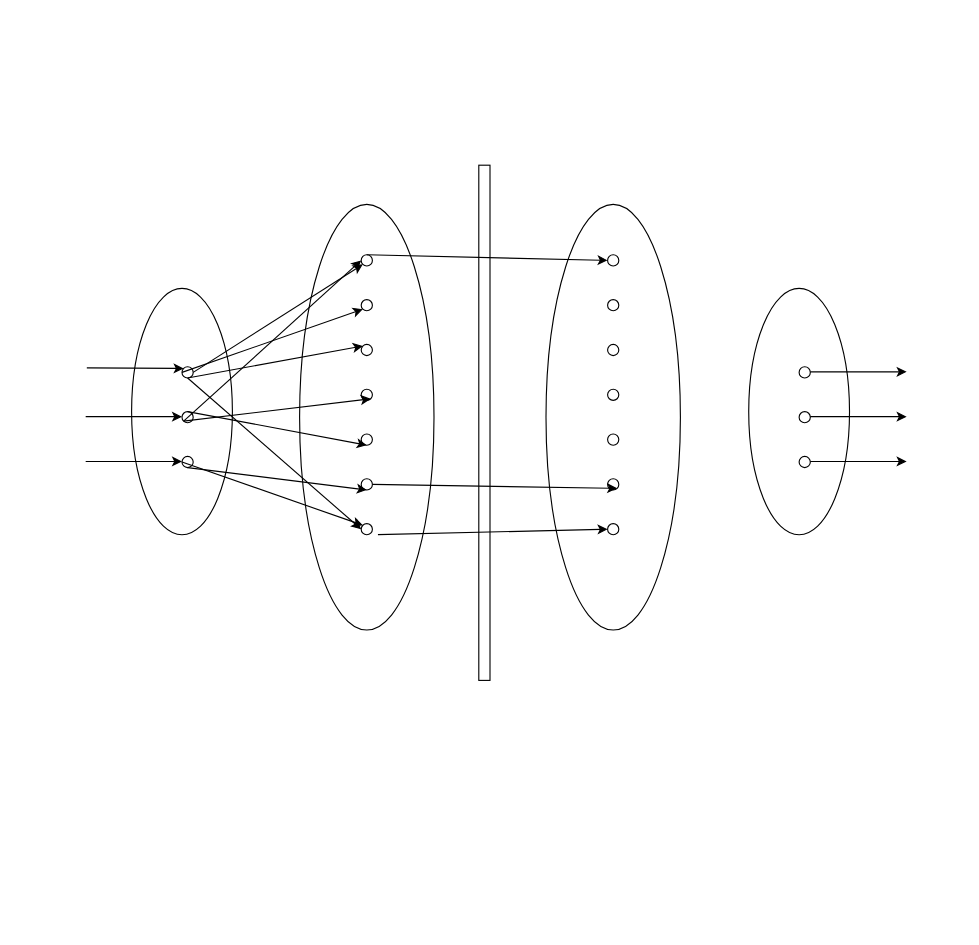
Before: Diagrams/Autoencoder_for_privacy.drawio in JagdeepSSandhu/Autoencoder_for_privacy, a draw.io diagram. Source tidied: cells renumbered, new cells numbered last; positions are measured from the earlier drawing's top-left corner, leaving out a move shared by most shapes. Both pictures are drawn from the tidied source at 112%, with x=0, y=0 at pixel (85, 165).
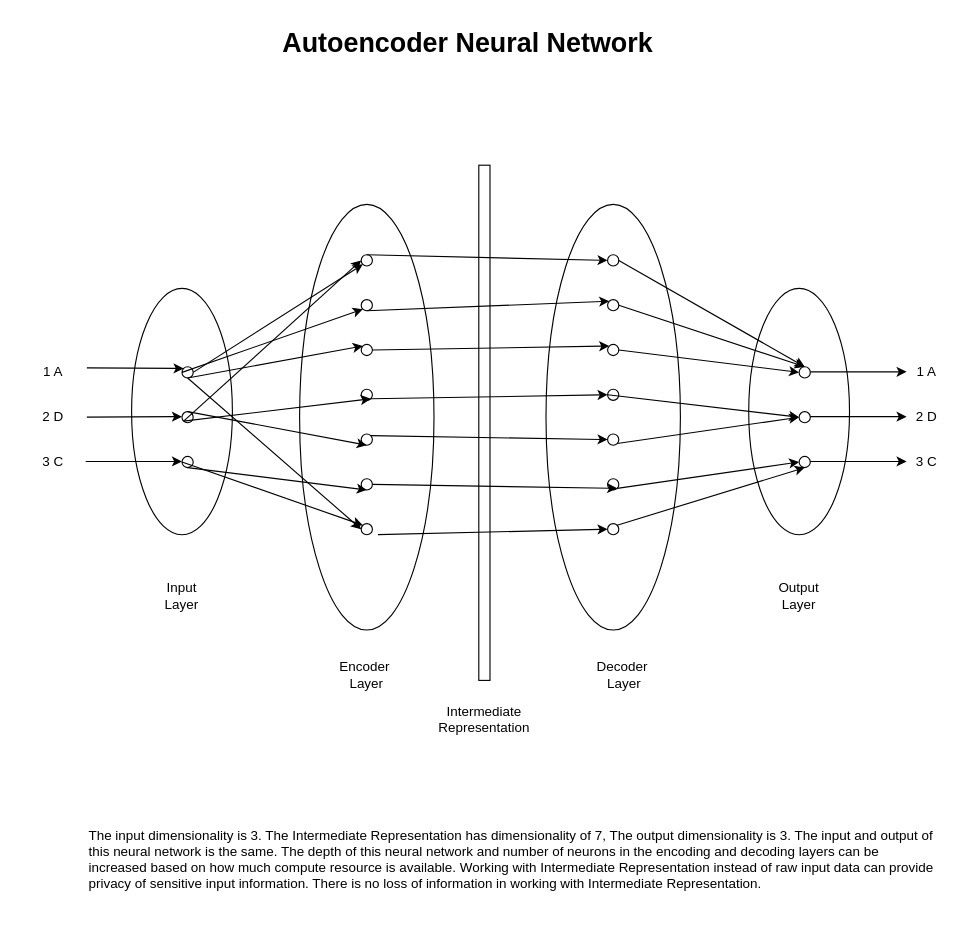
Above is the later version.

Unchanged cells that the change refers to:
```xml
<mxCell id="10" style="ellipse;whiteSpace=wrap;html=1;" parent="1" vertex="1">
  <mxGeometry x="637" y="180" width="10" height="10" as="geometry" />
</mxCell>
<mxCell id="11" style="ellipse;whiteSpace=wrap;html=1;" parent="1" vertex="1">
  <mxGeometry x="637" y="220" width="10" height="10" as="geometry" />
</mxCell>
<mxCell id="12" style="ellipse;whiteSpace=wrap;html=1;" parent="1" vertex="1">
  <mxGeometry x="637" y="260" width="10" height="10" as="geometry" />
</mxCell>
<mxCell id="18" style="ellipse;whiteSpace=wrap;html=1;" parent="1" vertex="1">
  <mxGeometry x="246" y="120" width="10" height="10" as="geometry" />
</mxCell>
<mxCell id="19" style="ellipse;whiteSpace=wrap;html=1;" parent="1" vertex="1">
  <mxGeometry x="246" y="160" width="10" height="10" as="geometry" />
</mxCell>
<mxCell id="20" style="ellipse;whiteSpace=wrap;html=1;" parent="1" vertex="1">
  <mxGeometry x="246" y="240" width="10" height="10" as="geometry" />
</mxCell>
<mxCell id="21" style="ellipse;whiteSpace=wrap;html=1;" parent="1" vertex="1">
  <mxGeometry x="246" y="200" width="10" height="10" as="geometry" />
</mxCell>
<mxCell id="25" style="ellipse;whiteSpace=wrap;html=1;" parent="1" vertex="1">
  <mxGeometry x="466" y="80" width="10" height="10" as="geometry" />
</mxCell>
<mxCell id="26" style="ellipse;whiteSpace=wrap;html=1;" parent="1" vertex="1">
  <mxGeometry x="466" y="120" width="10" height="10" as="geometry" />
</mxCell>
<mxCell id="27" style="ellipse;whiteSpace=wrap;html=1;" parent="1" vertex="1">
  <mxGeometry x="466" y="160" width="10" height="10" as="geometry" />
</mxCell>
<mxCell id="28" style="ellipse;whiteSpace=wrap;html=1;" parent="1" vertex="1">
  <mxGeometry x="466" y="240" width="10" height="10" as="geometry" />
</mxCell>
<mxCell id="29" style="ellipse;whiteSpace=wrap;html=1;" parent="1" vertex="1">
  <mxGeometry x="466" y="200" width="10" height="10" as="geometry" />
</mxCell>
<mxCell id="30" style="ellipse;whiteSpace=wrap;html=1;" parent="1" vertex="1">
  <mxGeometry x="466" y="280" width="10" height="10" as="geometry" />
</mxCell>
<mxCell id="31" style="ellipse;whiteSpace=wrap;html=1;" parent="1" vertex="1">
  <mxGeometry x="466" y="320" width="10" height="10" as="geometry" />
</mxCell>
```

Change to the diagram source:
```diff
@@
     <mxCell id="7" style="endArrow=classic;html=1;rounded=0;entryX=0;entryY=0;entryDx=0;entryDy=0;" parent="1" edge="1">
       <mxGeometry relative="1" as="geometry">
-        <mxPoint y="224.5" as="sourcePoint" />
+        <mxPoint x="1" y="224.9" as="sourcePoint" />
         <mxPoint x="86" y="224.5" as="targetPoint" />
       </mxGeometry>
     </mxCell>
@@
+    <mxCell id="45" style="endArrow=classic;html=1;rounded=0;exitX=1;exitY=0;exitDx=0;exitDy=0;entryX=0;entryY=0.5;entryDx=0;entryDy=0;" parent="1" edge="1" source="20" target="28">
+      <mxGeometry relative="1" as="geometry" />
+    </mxCell>
+    <mxCell id="46" style="endArrow=classic;html=1;rounded=0;exitX=1;exitY=1;exitDx=0;exitDy=0;entryX=0;entryY=0.5;entryDx=0;entryDy=0;" parent="1" edge="1" source="21" target="29">
+      <mxGeometry relative="1" as="geometry" />
+    </mxCell>
+    <mxCell id="47" style="endArrow=classic;html=1;rounded=0;exitX=1;exitY=0.5;exitDx=0;exitDy=0;entryX=0;entryY=0;entryDx=0;entryDy=0;" parent="1" edge="1" source="19" target="27">
+      <mxGeometry relative="1" as="geometry" />
+    </mxCell>
+    <mxCell id="48" style="endArrow=classic;html=1;rounded=0;exitX=0.5;exitY=1;exitDx=0;exitDy=0;entryX=0;entryY=0;entryDx=0;entryDy=0;" parent="1" edge="1" source="18" target="26">
+      <mxGeometry relative="1" as="geometry" />
+    </mxCell>
+    <mxCell id="49" style="endArrow=classic;html=1;rounded=0;exitX=1;exitY=0.5;exitDx=0;exitDy=0;entryX=0.5;entryY=0;entryDx=0;entryDy=0;" parent="1" edge="1" source="25" target="10">
+      <mxGeometry relative="1" as="geometry" />
+    </mxCell>
+    <mxCell id="50" style="endArrow=classic;html=1;rounded=0;exitX=1;exitY=0.5;exitDx=0;exitDy=0;entryX=0.5;entryY=0;entryDx=0;entryDy=0;" parent="1" edge="1" source="26" target="10">
+      <mxGeometry relative="1" as="geometry" />
+    </mxCell>
+    <mxCell id="51" style="endArrow=classic;html=1;rounded=0;exitX=1;exitY=0;exitDx=0;exitDy=0;entryX=0.5;entryY=1;entryDx=0;entryDy=0;" parent="1" edge="1" source="31" target="12">
+      <mxGeometry relative="1" as="geometry" />
+    </mxCell>
+    <mxCell id="52" style="endArrow=classic;html=1;rounded=0;exitX=1;exitY=1;exitDx=0;exitDy=0;entryX=0;entryY=0.5;entryDx=0;entryDy=0;" parent="1" edge="1" source="30" target="12">
+      <mxGeometry relative="1" as="geometry" />
+    </mxCell>
+    <mxCell id="53" value="Input&lt;div&gt;Layer&lt;/div&gt;" style="text;html=1;align=center;verticalAlign=middle;whiteSpace=wrap;rounded=0;" parent="1" vertex="1">
+      <mxGeometry x="56" y="370" width="60" height="30" as="geometry" />
+    </mxCell>
+    <mxCell id="54" value="Output&lt;br&gt;&lt;div&gt;Layer&lt;/div&gt;" style="text;html=1;align=center;verticalAlign=middle;whiteSpace=wrap;rounded=0;" parent="1" vertex="1">
+      <mxGeometry x="607" y="370" width="60" height="30" as="geometry" />
+    </mxCell>
+    <mxCell id="55" style="endArrow=classic;html=1;rounded=0;exitX=1;exitY=1;exitDx=0;exitDy=0;entryX=0;entryY=0.5;entryDx=0;entryDy=0;" parent="1" edge="1" source="28" target="11">
+      <mxGeometry relative="1" as="geometry" />
+    </mxCell>
+    <mxCell id="56" style="endArrow=classic;html=1;rounded=0;exitX=0;exitY=0.5;exitDx=0;exitDy=0;entryX=0;entryY=0.5;entryDx=0;entryDy=0;" parent="1" edge="1" source="29" target="11">
+      <mxGeometry relative="1" as="geometry" />
+    </mxCell>
+    <mxCell id="57" style="endArrow=classic;html=1;rounded=0;exitX=1;exitY=0.5;exitDx=0;exitDy=0;entryX=0;entryY=0.5;entryDx=0;entryDy=0;" parent="1" edge="1" source="27" target="10">
+      <mxGeometry relative="1" as="geometry" />
+    </mxCell>
+    <mxCell id="58" value="1 A" style="text;html=1;align=center;verticalAlign=middle;whiteSpace=wrap;rounded=0;" parent="1" vertex="1">
+      <mxGeometry x="-59" y="170" width="60" height="30" as="geometry" />
+    </mxCell>
+    <mxCell id="59" value="1 A" style="text;html=1;align=center;verticalAlign=middle;whiteSpace=wrap;rounded=0;" parent="1" vertex="1">
+      <mxGeometry x="721" y="170" width="60" height="30" as="geometry" />
+    </mxCell>
+    <mxCell id="60" value="2 D" style="text;html=1;align=center;verticalAlign=middle;whiteSpace=wrap;rounded=0;" parent="1" vertex="1">
+      <mxGeometry x="-59" y="210" width="60" height="30" as="geometry" />
+    </mxCell>
+    <mxCell id="61" value="2 D" style="text;html=1;align=center;verticalAlign=middle;whiteSpace=wrap;rounded=0;" parent="1" vertex="1">
+      <mxGeometry x="721" y="210" width="60" height="30" as="geometry" />
+    </mxCell>
+    <mxCell id="62" value="3 C" style="text;html=1;align=center;verticalAlign=middle;whiteSpace=wrap;rounded=0;" parent="1" vertex="1">
+      <mxGeometry x="721" y="250" width="60" height="30" as="geometry" />
+    </mxCell>
+    <mxCell id="63" value="3 C" style="text;html=1;align=center;verticalAlign=middle;whiteSpace=wrap;rounded=0;" parent="1" vertex="1">
+      <mxGeometry x="-59" y="250" width="60" height="30" as="geometry" />
+    </mxCell>
+    <mxCell id="64" value="Intermediate&lt;div&gt;Representation&lt;/div&gt;" style="text;html=1;align=center;verticalAlign=middle;whiteSpace=wrap;rounded=0;" parent="1" vertex="1">
+      <mxGeometry x="326" y="480" width="60" height="30" as="geometry" />
+    </mxCell>
+    <mxCell id="65" value="Decoder&amp;nbsp;&lt;div&gt;Layer&lt;/div&gt;" style="text;html=1;align=center;verticalAlign=middle;whiteSpace=wrap;rounded=0;" parent="1" vertex="1">
+      <mxGeometry x="451" y="440" width="60" height="30" as="geometry" />
+    </mxCell>
+    <mxCell id="66" value="Encoder&amp;nbsp;&lt;div&gt;Layer&lt;/div&gt;" style="text;html=1;align=center;verticalAlign=middle;whiteSpace=wrap;rounded=0;" parent="1" vertex="1">
+      <mxGeometry x="221" y="440" width="60" height="30" as="geometry" />
+    </mxCell>
+    <mxCell id="67" value="&lt;h1 style=&quot;margin-top: 0px;&quot;&gt;Autoencoder Neural Network&lt;/h1&gt;" style="text;html=1;whiteSpace=wrap;overflow=hidden;rounded=0;" parent="1" vertex="1">
+      <mxGeometry x="173.5" y="-130" width="365" height="120" as="geometry" />
+    </mxCell>
+    <mxCell id="68" value="The input dimensionality is 3. The Intermediate Representation has dimensionality of 7, The output dimensionality is 3. The input and output of this neural network is the same. The depth of this neural network and number of neurons in the encoding and decoding layers can be increased based on how much compute resource is available. Working with Intermediate Representation instead of raw input data can provide privacy of sensitive input information. There is no loss of information in working with Intermediate Representation." style="text;html=1;align=left;verticalAlign=middle;whiteSpace=wrap;rounded=0;" parent="1" vertex="1">
+      <mxGeometry x="1" y="560" width="760" height="120" as="geometry" />
+    </mxCell>
```
